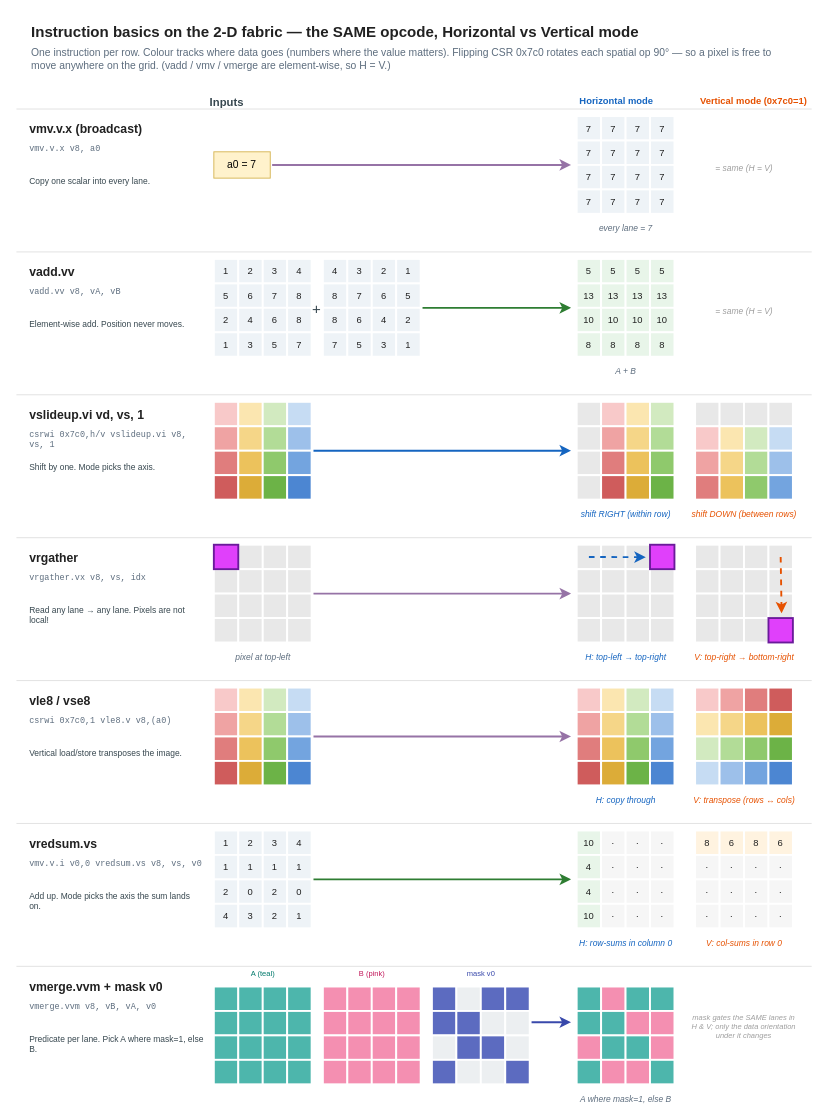
This is fyp_diagram/selected/fabric_instruction_basics.drawio from bontang828/VisionSoC, a draw.io file, before an edit. Source tidied: cells renumbered, new cells numbered last; positions are measured from the earlier drawing's top-left corner, leaving out a move shared by most shapes. Both pictures are drawn from the tidied source at 94%, with x=0, y=0 at pixel (16, 16).
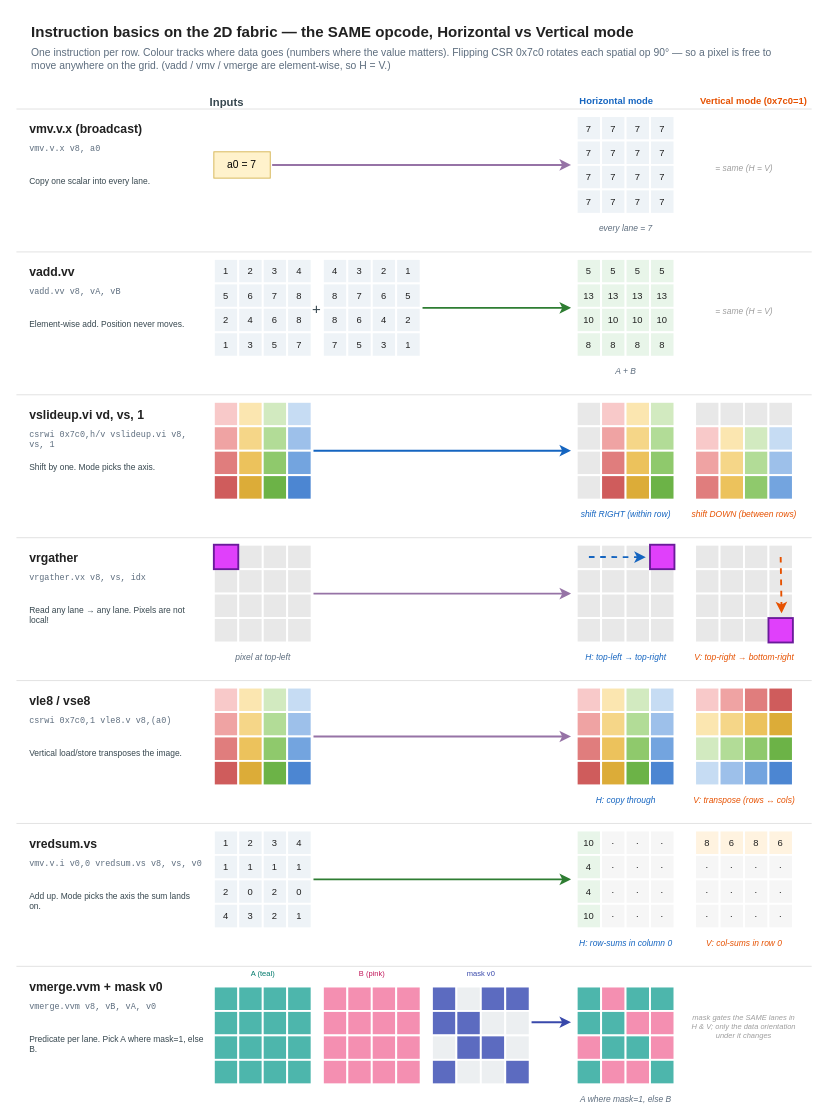
The same diagram, later.

What changed in the source:
```diff
@@
-    <mxCell id="2" value="Instruction basics on the 2-D fabric — the SAME opcode, Horizontal vs Vertical mode" style="text;html=1;align=left;fontSize=16;fontStyle=1;fontColor=#212121;" parent="1" vertex="1">
+    <mxCell id="2" value="Instruction basics on the 2D fabric — the SAME opcode, Horizontal vs Vertical mode" style="text;html=1;align=left;fontSize=16;fontStyle=1;fontColor=#212121;" parent="1" vertex="1">
       <mxGeometry x="14" width="820" height="24" as="geometry" />
     </mxCell>
```
